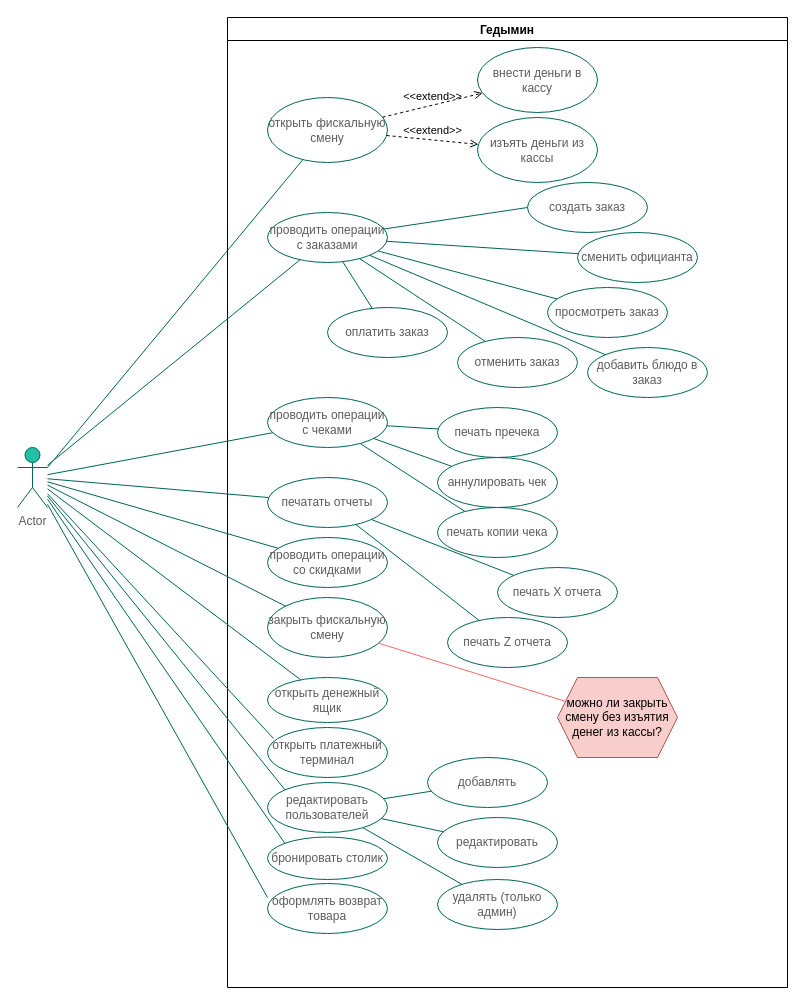
Earlier version of the draw.io diagram GedeminCheck/Description/Gedemin Use Case.drawio (gsbelarus/check-and-cash). Source tidied: cells renumbered, new cells numbered last; positions are measured from the earlier drawing's top-left corner, leaving out a move shared by most shapes. Both pictures are drawn from the tidied source at 100%, with x=0, y=0 at pixel (17, 17).
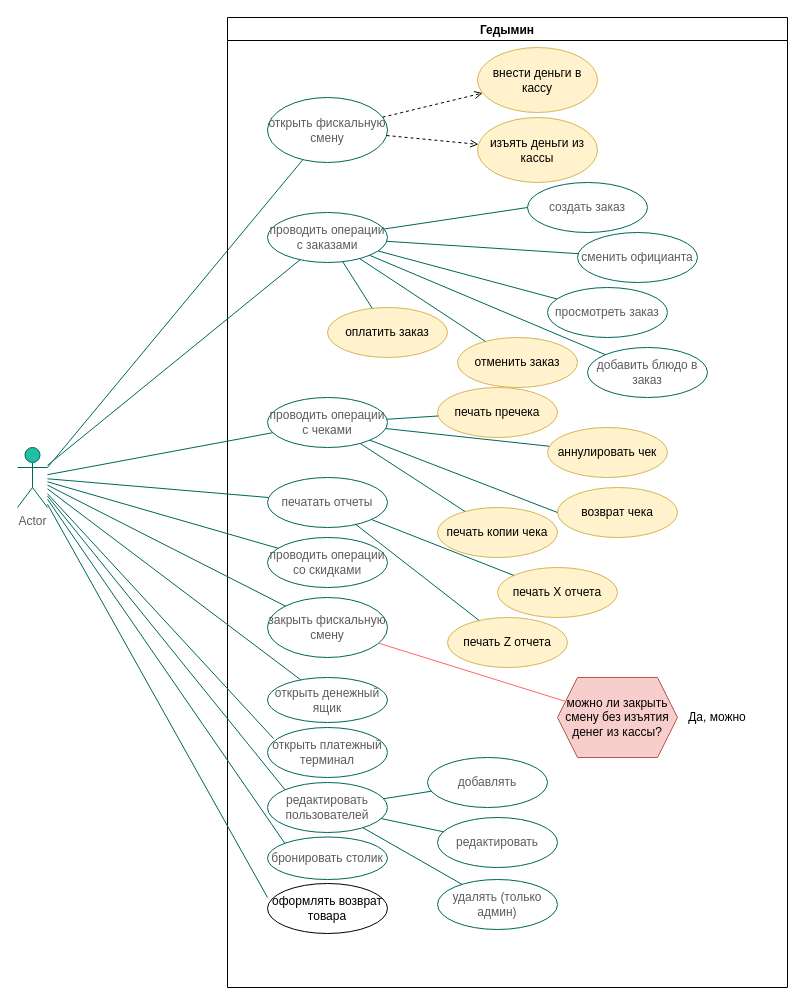
The same diagram, later.

Unchanged cells that the change refers to:
```xml
<mxCell id="4" value="Гедымин" style="swimlane;" parent="1" vertex="1">
  <mxGeometry x="210" width="560" height="970" as="geometry" />
</mxCell>
<mxCell id="6" value="проводить операции с чеками" style="ellipse;whiteSpace=wrap;html=1;fillColor=none;strokeColor=#006658;fontColor=#5C5C5C;" parent="4" vertex="1">
  <mxGeometry x="40" y="380" width="120" height="50" as="geometry" />
</mxCell>
<mxCell id="7" value="открыть фискальную смену" style="ellipse;whiteSpace=wrap;html=1;fillColor=none;strokeColor=#006658;fontColor=#5C5C5C;" parent="4" vertex="1">
  <mxGeometry x="40" y="80" width="120" height="65" as="geometry" />
</mxCell>
```

The edit, as a diff of the source:
```diff
@@
-    <mxCell id="9" value="внести деньги в кассу" style="ellipse;whiteSpace=wrap;html=1;fillColor=none;strokeColor=#006658;fontColor=#5C5C5C;" parent="4" vertex="1">
+    <mxCell id="9" value="внести деньги в кассу" style="ellipse;whiteSpace=wrap;html=1;fillColor=#fff2cc;strokeColor=#d6b656;" parent="4" vertex="1">
       <mxGeometry x="250" y="30" width="120" height="65" as="geometry" />
     </mxCell>
-    <mxCell id="10" value="изъять деньги из кассы" style="ellipse;whiteSpace=wrap;html=1;fillColor=none;strokeColor=#006658;fontColor=#5C5C5C;" parent="4" vertex="1">
+    <mxCell id="10" value="изъять деньги из кассы" style="ellipse;whiteSpace=wrap;html=1;fillColor=#fff2cc;strokeColor=#d6b656;" parent="4" vertex="1">
       <mxGeometry x="250" y="100" width="120" height="65" as="geometry" />
     </mxCell>
-    <mxCell id="11" value="&amp;lt;&amp;lt;extend&amp;gt;&amp;gt;" style="html=1;verticalAlign=bottom;labelBackgroundColor=none;endArrow=open;endFill=0;dashed=1;rounded=0;" parent="4" edge="1" source="7" target="9">
-      <mxGeometry relative="1" as="geometry" />
+    <mxCell id="11" style="html=1;verticalAlign=bottom;labelBackgroundColor=none;endArrow=open;endFill=0;dashed=1;rounded=0;" parent="4" edge="1" source="7" target="9">
+      <mxGeometry x="-0.21" y="62" relative="1" as="geometry" />
     </mxCell>
-    <mxCell id="12" value="&amp;lt;&amp;lt;extend&amp;gt;&amp;gt;" style="html=1;verticalAlign=bottom;labelBackgroundColor=none;endArrow=open;endFill=0;dashed=1;rounded=0;" parent="4" edge="1" source="7" target="10">
+    <mxCell id="12" style="html=1;verticalAlign=bottom;labelBackgroundColor=none;endArrow=open;endFill=0;dashed=1;rounded=0;" parent="4" edge="1" source="7" target="10">
       <mxGeometry relative="1" as="geometry" />
     </mxCell>
@@
-    <mxCell id="14" value="отменить заказ" style="ellipse;whiteSpace=wrap;html=1;fillColor=none;strokeColor=#006658;fontColor=#5C5C5C;" parent="4" vertex="1">
+    <mxCell id="14" value="отменить заказ" style="ellipse;whiteSpace=wrap;html=1;fillColor=#fff2cc;strokeColor=#d6b656;" parent="4" vertex="1">
       <mxGeometry x="230" y="320" width="120" height="50" as="geometry" />
     </mxCell>
@@
-    <mxCell id="25" value="печать Х отчета" style="ellipse;whiteSpace=wrap;html=1;fillColor=none;strokeColor=#006658;fontColor=#5C5C5C;" parent="4" vertex="1">
+    <mxCell id="25" value="печать Х отчета" style="ellipse;whiteSpace=wrap;html=1;fillColor=#fff2cc;strokeColor=#d6b656;" parent="4" vertex="1">
       <mxGeometry x="270" y="550" width="120" height="50" as="geometry" />
     </mxCell>
-    <mxCell id="26" value="печать Z отчета" style="ellipse;whiteSpace=wrap;html=1;fillColor=none;strokeColor=#006658;fontColor=#5C5C5C;" parent="4" vertex="1">
+    <mxCell id="26" value="печать Z отчета" style="ellipse;whiteSpace=wrap;html=1;fillColor=#fff2cc;strokeColor=#d6b656;" parent="4" vertex="1">
       <mxGeometry x="220" y="600" width="120" height="50" as="geometry" />
     </mxCell>
-    <mxCell id="27" value="печать пречека" style="ellipse;whiteSpace=wrap;html=1;fillColor=none;strokeColor=#006658;fontColor=#5C5C5C;" parent="4" vertex="1">
-      <mxGeometry x="210" y="390" width="120" height="50" as="geometry" />
+    <mxCell id="27" value="печать пречека" style="ellipse;whiteSpace=wrap;html=1;fillColor=#fff2cc;strokeColor=#d6b656;" parent="4" vertex="1">
+      <mxGeometry x="210" y="370" width="120" height="50" as="geometry" />
     </mxCell>
-    <mxCell id="28" value="оплатить заказ" style="ellipse;whiteSpace=wrap;html=1;fillColor=none;strokeColor=#006658;fontColor=#5C5C5C;" parent="4" vertex="1">
+    <mxCell id="28" value="оплатить заказ" style="ellipse;whiteSpace=wrap;html=1;fillColor=#fff2cc;strokeColor=#d6b656;" parent="4" vertex="1">
       <mxGeometry x="100" y="290" width="120" height="50" as="geometry" />
     </mxCell>
@@
-    <mxCell id="30" value="аннулировать чек" style="ellipse;whiteSpace=wrap;html=1;fillColor=none;strokeColor=#006658;fontColor=#5C5C5C;" parent="4" vertex="1">
-      <mxGeometry x="210" y="440" width="120" height="50" as="geometry" />
+    <mxCell id="30" value="аннулировать чек" style="ellipse;whiteSpace=wrap;html=1;fillColor=#fff2cc;strokeColor=#d6b656;" parent="4" vertex="1">
+      <mxGeometry x="320" y="410" width="120" height="50" as="geometry" />
     </mxCell>
-    <mxCell id="31" value="печать копии чека" style="ellipse;whiteSpace=wrap;html=1;fillColor=none;strokeColor=#006658;fontColor=#5C5C5C;" parent="4" vertex="1">
+    <mxCell id="31" value="печать копии чека" style="ellipse;whiteSpace=wrap;html=1;fillColor=#fff2cc;strokeColor=#d6b656;" parent="4" vertex="1">
       <mxGeometry x="210" y="490" width="120" height="50" as="geometry" />
     </mxCell>
-    <mxCell id="32" value="оформлять возврат товара" style="ellipse;whiteSpace=wrap;html=1;fillColor=none;strokeColor=#006658;fontColor=#5C5C5C;" parent="4" vertex="1">
+    <mxCell id="32" value="оформлять возврат товара" style="ellipse;whiteSpace=wrap;html=1;" parent="4" vertex="1">
       <mxGeometry x="40" y="866" width="120" height="50" as="geometry" />
     </mxCell>
@@
+    <mxCell id="60" value="Да, можно" style="text;html=1;strokeColor=none;fillColor=none;align=center;verticalAlign=middle;whiteSpace=wrap;rounded=0;" parent="4" vertex="1">
+      <mxGeometry x="450" y="685" width="80" height="30" as="geometry" />
+    </mxCell>
+    <mxCell id="61" value="возврат чека" style="ellipse;whiteSpace=wrap;html=1;fillColor=#fff2cc;strokeColor=#d6b656;" parent="4" vertex="1">
+      <mxGeometry x="330" y="470" width="120" height="50" as="geometry" />
+    </mxCell>
+    <mxCell id="62" style="endArrow=none;html=1;rounded=0;strokeColor=#006658;fontColor=#5C5C5C;entryX=0;entryY=0.5;entryDx=0;entryDy=0;exitX=1;exitY=1;exitDx=0;exitDy=0;" parent="4" edge="1" source="6" target="61">
+      <mxGeometry relative="1" as="geometry" />
+    </mxCell>
```
